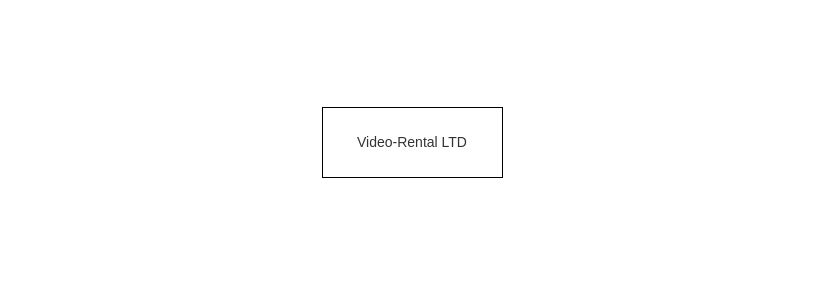
Above: midterm.drawio in miyuki2002/draw.io (draw.io), before the change. Source tidied: cells renumbered, new cells numbered last; positions are measured from the earlier drawing's top-left corner, leaving out a move shared by most shapes. Both pictures are drawn from the tidied source at 100%, with x=0, y=0 at pixel (322, 107).
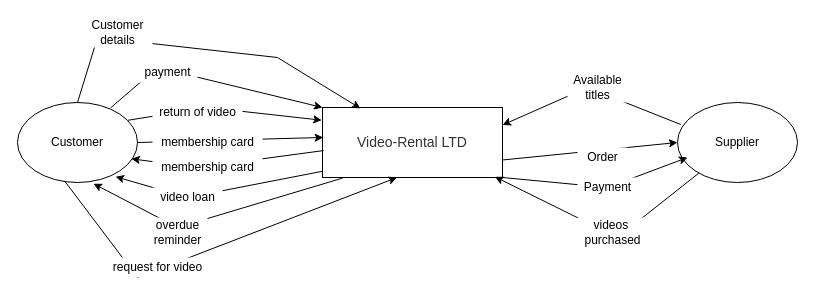
The same diagram, later.

The change refers to these unchanged cells:
```xml
<mxCell id="2" value="&lt;span style=&quot;color: rgb(51 , 51 , 51) ; font-family: &amp;#34;aspira&amp;#34; , &amp;#34;helvetica&amp;#34; , &amp;#34;arial&amp;#34; , sans-serif ; font-size: 14px ; background-color: rgb(255 , 255 , 255)&quot;&gt;Video-Rental LTD&lt;/span&gt;" style="rounded=0;whiteSpace=wrap;html=1;" parent="1" vertex="1">
  <mxGeometry width="180" height="70" as="geometry" />
</mxCell>
```

Change to the diagram source:
```diff
@@
+    <mxCell id="3" value="Customer" style="ellipse;whiteSpace=wrap;html=1;" parent="1" vertex="1">
+      <mxGeometry x="-305" y="-5" width="120" height="80" as="geometry" />
+    </mxCell>
+    <mxCell id="4" value="Supplier" style="ellipse;whiteSpace=wrap;html=1;" parent="1" vertex="1">
+      <mxGeometry x="355" y="-5" width="120" height="80" as="geometry" />
+    </mxCell>
+    <mxCell id="5" style="endArrow=classic;html=1;rounded=0;entryX=0.958;entryY=0.99;entryDx=0;entryDy=0;entryPerimeter=0;" parent="1" edge="1" source="4" target="2">
+      <mxGeometry relative="1" as="geometry">
+        <Array as="points">
+          <mxPoint x="295" y="130" />
+        </Array>
+      </mxGeometry>
+    </mxCell>
+    <mxCell id="6" value="videos&amp;nbsp;&lt;br&gt;purchased" style="text;html=1;align=center;verticalAlign=middle;strokeColor=none;fillColor=default;" parent="1" vertex="1">
+      <mxGeometry x="255" y="110" width="70" height="30" as="geometry" />
+    </mxCell>
+    <mxCell id="7" style="endArrow=classic;html=1;rounded=0;exitX=1;exitY=1;exitDx=0;exitDy=0;" parent="1" edge="1" source="2">
+      <mxGeometry relative="1" as="geometry">
+        <mxPoint x="365" y="50" as="targetPoint" />
+        <Array as="points">
+          <mxPoint x="285" y="80" />
+        </Array>
+      </mxGeometry>
+    </mxCell>
+    <mxCell id="8" value="Payment" style="text;html=1;align=center;verticalAlign=middle;strokeColor=none;fillColor=default;" parent="1" vertex="1">
+      <mxGeometry x="255" y="70" width="60" height="20" as="geometry" />
+    </mxCell>
+    <mxCell id="9" style="endArrow=classic;html=1;rounded=0;exitX=1;exitY=0.75;exitDx=0;exitDy=0;entryX=0;entryY=0.5;entryDx=0;entryDy=0;" parent="1" edge="1" source="2" target="4">
+      <mxGeometry relative="1" as="geometry" />
+    </mxCell>
+    <mxCell id="10" value="Order" style="text;html=1;align=center;verticalAlign=middle;strokeColor=none;fillColor=default;" parent="1" vertex="1">
+      <mxGeometry x="255" y="40" width="50" height="20" as="geometry" />
+    </mxCell>
+    <mxCell id="11" style="endArrow=classic;html=1;rounded=0;entryX=1;entryY=0.25;entryDx=0;entryDy=0;exitX=0.027;exitY=0.275;exitDx=0;exitDy=0;exitPerimeter=0;" parent="1" edge="1" source="4" target="2">
+      <mxGeometry relative="1" as="geometry">
+        <Array as="points">
+          <mxPoint x="265" y="-20" />
+        </Array>
+      </mxGeometry>
+    </mxCell>
+    <mxCell id="12" value="Available&lt;br&gt;titles" style="text;html=1;align=center;verticalAlign=middle;strokeColor=none;fillColor=default;" parent="1" vertex="1">
+      <mxGeometry x="245" y="-35" width="60" height="30" as="geometry" />
+    </mxCell>
+    <mxCell id="13" style="endArrow=classic;html=1;rounded=0;entryX=-0.004;entryY=0.182;entryDx=0;entryDy=0;entryPerimeter=0;exitX=0.921;exitY=0.222;exitDx=0;exitDy=0;exitPerimeter=0;" parent="1" edge="1" source="3" target="2">
+      <mxGeometry relative="1" as="geometry">
+        <Array as="points">
+          <mxPoint x="-115" />
+        </Array>
+      </mxGeometry>
+    </mxCell>
+    <mxCell id="14" style="endArrow=classic;html=1;rounded=0;exitX=1;exitY=0.5;exitDx=0;exitDy=0;entryX=0.004;entryY=0.428;entryDx=0;entryDy=0;entryPerimeter=0;" parent="1" edge="1" source="3" target="2">
+      <mxGeometry relative="1" as="geometry" />
+    </mxCell>
+    <mxCell id="15" style="endArrow=classic;html=1;rounded=0;exitX=0.777;exitY=0.066;exitDx=0;exitDy=0;exitPerimeter=0;entryX=0;entryY=0;entryDx=0;entryDy=0;" parent="1" edge="1" source="3" target="2">
+      <mxGeometry relative="1" as="geometry">
+        <Array as="points">
+          <mxPoint x="-165" y="-40" />
+        </Array>
+      </mxGeometry>
+    </mxCell>
+    <mxCell id="16" style="endArrow=classic;html=1;rounded=0;exitX=0.5;exitY=0;exitDx=0;exitDy=0;entryX=0.211;entryY=0.014;entryDx=0;entryDy=0;entryPerimeter=0;" parent="1" edge="1" source="3" target="2">
+      <mxGeometry relative="1" as="geometry">
+        <Array as="points">
+          <mxPoint x="-225" y="-70" />
+          <mxPoint x="-45" y="-50" />
+        </Array>
+      </mxGeometry>
+    </mxCell>
+    <mxCell id="17" style="endArrow=classic;html=1;rounded=0;exitX=0.392;exitY=0.98;exitDx=0;exitDy=0;exitPerimeter=0;entryX=0.414;entryY=1;entryDx=0;entryDy=0;entryPerimeter=0;" parent="1" edge="1" source="3" target="2">
+      <mxGeometry relative="1" as="geometry">
+        <Array as="points">
+          <mxPoint x="-185" y="170" />
+        </Array>
+      </mxGeometry>
+    </mxCell>
+    <mxCell id="18" style="endArrow=classic;html=1;rounded=0;exitX=0.007;exitY=0.615;exitDx=0;exitDy=0;entryX=0.949;entryY=0.704;entryDx=0;entryDy=0;entryPerimeter=0;exitPerimeter=0;" parent="1" edge="1" source="2" target="3">
+      <mxGeometry relative="1" as="geometry">
+        <Array as="points">
+          <mxPoint x="-125" y="60" />
+        </Array>
+      </mxGeometry>
+    </mxCell>
+    <mxCell id="19" style="endArrow=classic;html=1;rounded=0;exitX=0;exitY=0.911;exitDx=0;exitDy=0;exitPerimeter=0;entryX=0.817;entryY=0.928;entryDx=0;entryDy=0;entryPerimeter=0;" parent="1" edge="1" source="2" target="3">
+      <mxGeometry relative="1" as="geometry">
+        <Array as="points">
+          <mxPoint x="-135" y="90" />
+        </Array>
+      </mxGeometry>
+    </mxCell>
+    <mxCell id="20" style="endArrow=classic;html=1;rounded=0;exitX=0.111;exitY=1.009;exitDx=0;exitDy=0;exitPerimeter=0;entryX=0.633;entryY=1.015;entryDx=0;entryDy=0;entryPerimeter=0;" parent="1" edge="1" source="2" target="3">
+      <mxGeometry relative="1" as="geometry">
+        <Array as="points">
+          <mxPoint x="-145" y="120" />
+        </Array>
+      </mxGeometry>
+    </mxCell>
+    <mxCell id="21" value="payment&lt;br&gt;" style="text;html=1;align=center;verticalAlign=middle;fillColor=default;" parent="1" vertex="1">
+      <mxGeometry x="-185" y="-45" width="60" height="20" as="geometry" />
+    </mxCell>
+    <mxCell id="22" value="Customer&lt;br&gt;details" style="text;html=1;align=center;verticalAlign=middle;strokeColor=none;fillColor=default;" parent="1" vertex="1">
+      <mxGeometry x="-240" y="-90" width="70" height="30" as="geometry" />
+    </mxCell>
+    <mxCell id="23" value="return of video" style="text;html=1;align=center;verticalAlign=middle;strokeColor=none;fillColor=default;" parent="1" vertex="1">
+      <mxGeometry x="-170" y="-5" width="90" height="20" as="geometry" />
+    </mxCell>
+    <mxCell id="24" value="membership card&lt;br&gt;" style="text;html=1;align=center;verticalAlign=middle;strokeColor=none;fillColor=default;" parent="1" vertex="1">
+      <mxGeometry x="-170" y="25" width="110" height="20" as="geometry" />
+    </mxCell>
+    <mxCell id="25" value="membership card&lt;br&gt;" style="text;html=1;align=center;verticalAlign=middle;strokeColor=none;fillColor=default;" parent="1" vertex="1">
+      <mxGeometry x="-170" y="50" width="110" height="20" as="geometry" />
+    </mxCell>
+    <mxCell id="26" value="video loan&lt;br&gt;" style="text;html=1;align=center;verticalAlign=middle;strokeColor=none;fillColor=default;" parent="1" vertex="1">
+      <mxGeometry x="-170" y="80" width="70" height="20" as="geometry" />
+    </mxCell>
+    <mxCell id="27" value="overdue&lt;br&gt;reminder" style="text;html=1;align=center;verticalAlign=middle;strokeColor=none;fillColor=default;" parent="1" vertex="1">
+      <mxGeometry x="-175" y="110" width="60" height="30" as="geometry" />
+    </mxCell>
+    <mxCell id="28" value="request for video&lt;br&gt;" style="text;html=1;align=center;verticalAlign=middle;strokeColor=none;fillColor=default;" parent="1" vertex="1">
+      <mxGeometry x="-215" y="150" width="100" height="20" as="geometry" />
+    </mxCell>
```
